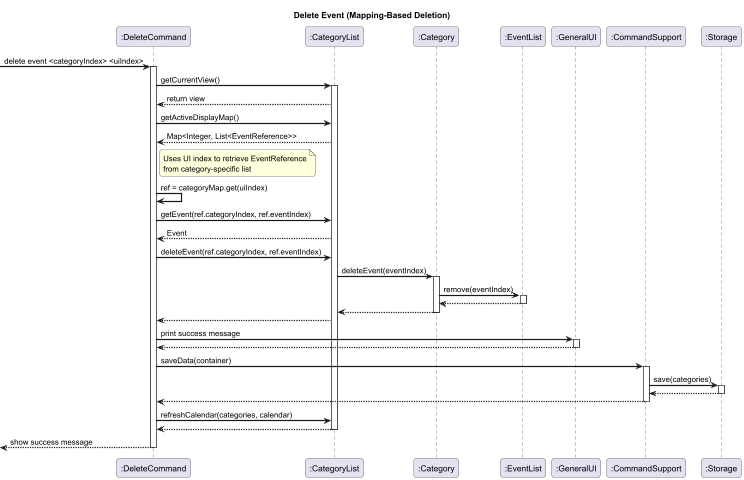
marken9/tp keeps this PlantUML diagram as docs/pictures/Delete_Event_Update.png. Above is the earlier version.
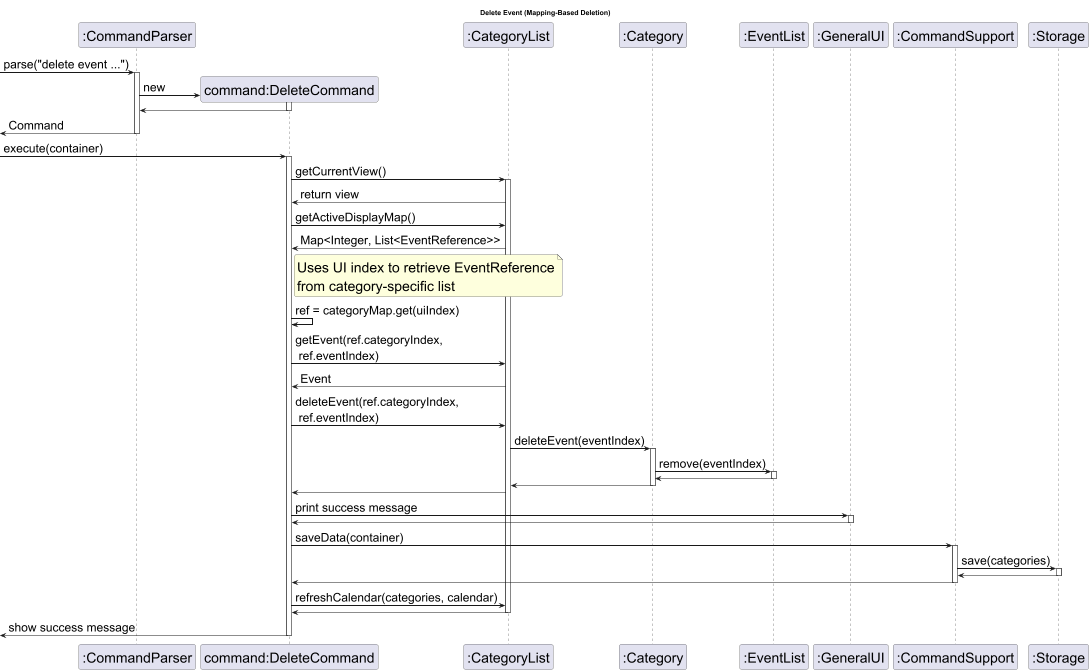
Above is the later version.

Change to the diagram source:
```diff
@@ -1,11 +1,25 @@
 @startuml DeleteEvent
 
 skinparam sequenceArrowThickness 2
+skinparam DefaultFontSize 28
+skinparam ArrowFontSize 24
 skinparam roundcorner 10
 
 title Delete Event (Mapping-Based Deletion)
 
-participant ":DeleteCommand" as DC
+participant ":CommandParser" as CP
+-> CP : parse("delete event ...")
+activate CP
+create "command:DeleteCommand" as DC
+CP -> DC : new
+activate DC
+DC --> CP :
+deactivate DC
+CP -->[ : Command
+deactivate CP
+
+-> DC : execute(container)
+activate DC
 participant ":CategoryList" as CL
 participant ":Category" as CAT
 participant ":EventList" as EL
@@ -13,8 +27,6 @@
 participant ":CommandSupport" as CS
 participant ":Storage" as STORE
 
--> DC : delete event <categoryIndex> <uiIndex>
-activate DC
 DC -> CL : getCurrentView()
 activate CL
 CL --> DC : return view
@@ -28,10 +40,9 @@
 
     DC -> DC : ref = categoryMap.get(uiIndex)
 
-    DC -> CL : getEvent(ref.categoryIndex, ref.eventIndex)
+    DC -> CL : getEvent(ref.categoryIndex, \n ref.eventIndex)
     CL --> DC : Event
-
-        DC -> CL : deleteEvent(ref.categoryIndex, ref.eventIndex)
+        DC -> CL : deleteEvent(ref.categoryIndex, \n ref.eventIndex)
         CL -> CAT : deleteEvent(eventIndex)
         activate CAT
         CAT -> EL : remove(eventIndex)
```
